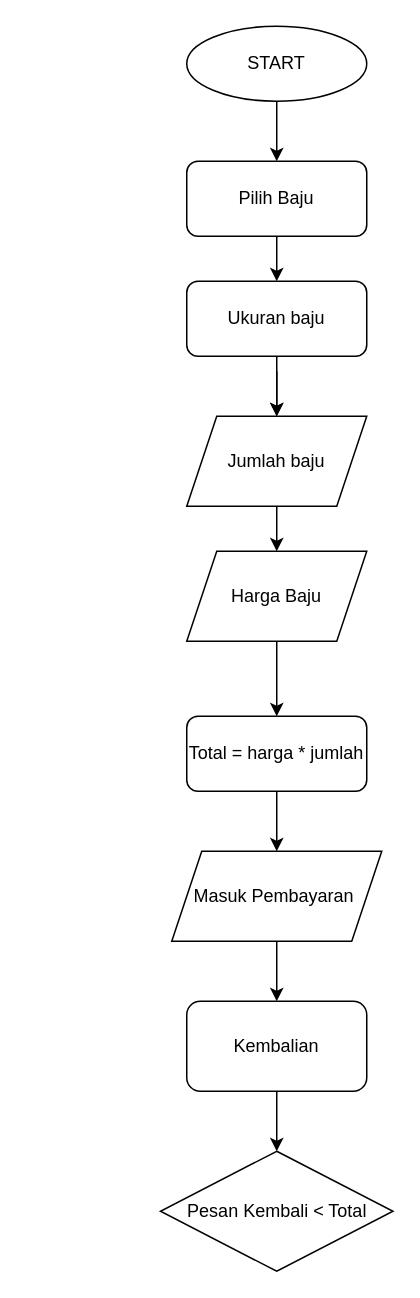
Above: flowchart.drawio in forentinasujayanti/forentina_sujayanti-kalkulator_kasir_baju (draw.io), before the change. Source tidied: cells renumbered, new cells numbered last; positions are measured from the earlier drawing's top-left corner, leaving out a move shared by most shapes. Both pictures are drawn from the tidied source at 150%, with x=0, y=0 at pixel (159, 26).
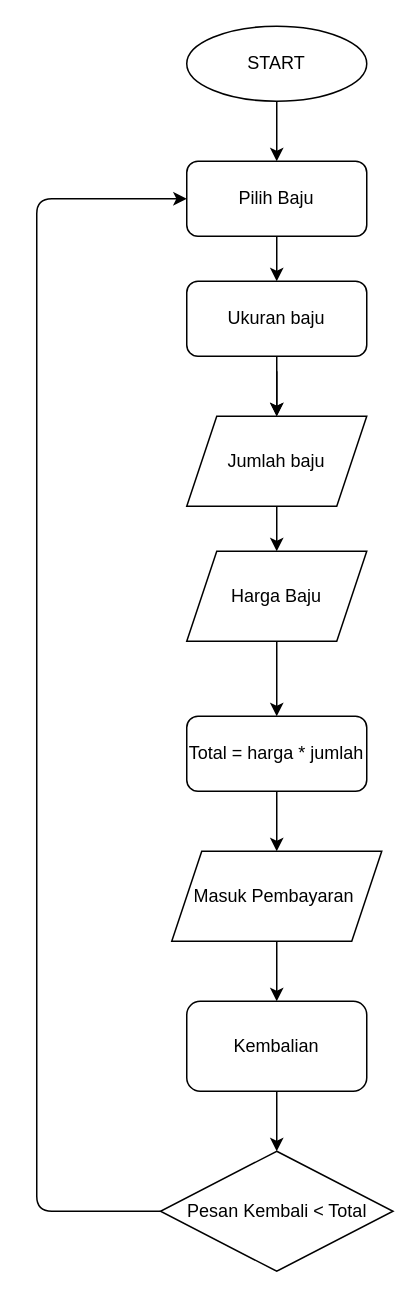
The same page after the edit.

Commit message:
Pengkondisian jika memesan baju kembali

Unchanged cells that the change refers to:
```xml
<mxCell id="5" value="Pilih Baju" style="rounded=1;whiteSpace=wrap;html=1;" parent="1" vertex="1">
  <mxGeometry x="18" y="90" width="120" height="50" as="geometry" />
</mxCell>
<mxCell id="13" value="Pesan Kembali &amp;lt; Total" style="rhombus;whiteSpace=wrap;html=1;" parent="1" vertex="1">
  <mxGeometry x="0.5" y="750" width="155" height="80" as="geometry" />
</mxCell>
```

What changed in the source:
```diff
@@
+    <mxCell id="20" style="edgeStyle=none;html=1;entryX=0;entryY=0.5;entryDx=0;entryDy=0;" parent="1" edge="1" source="13" target="5">
+      <mxGeometry relative="1" as="geometry">
+        <Array as="points">
+          <mxPoint x="-82" y="790" />
+          <mxPoint x="-82" y="115" />
+        </Array>
+      </mxGeometry>
+    </mxCell>
```
